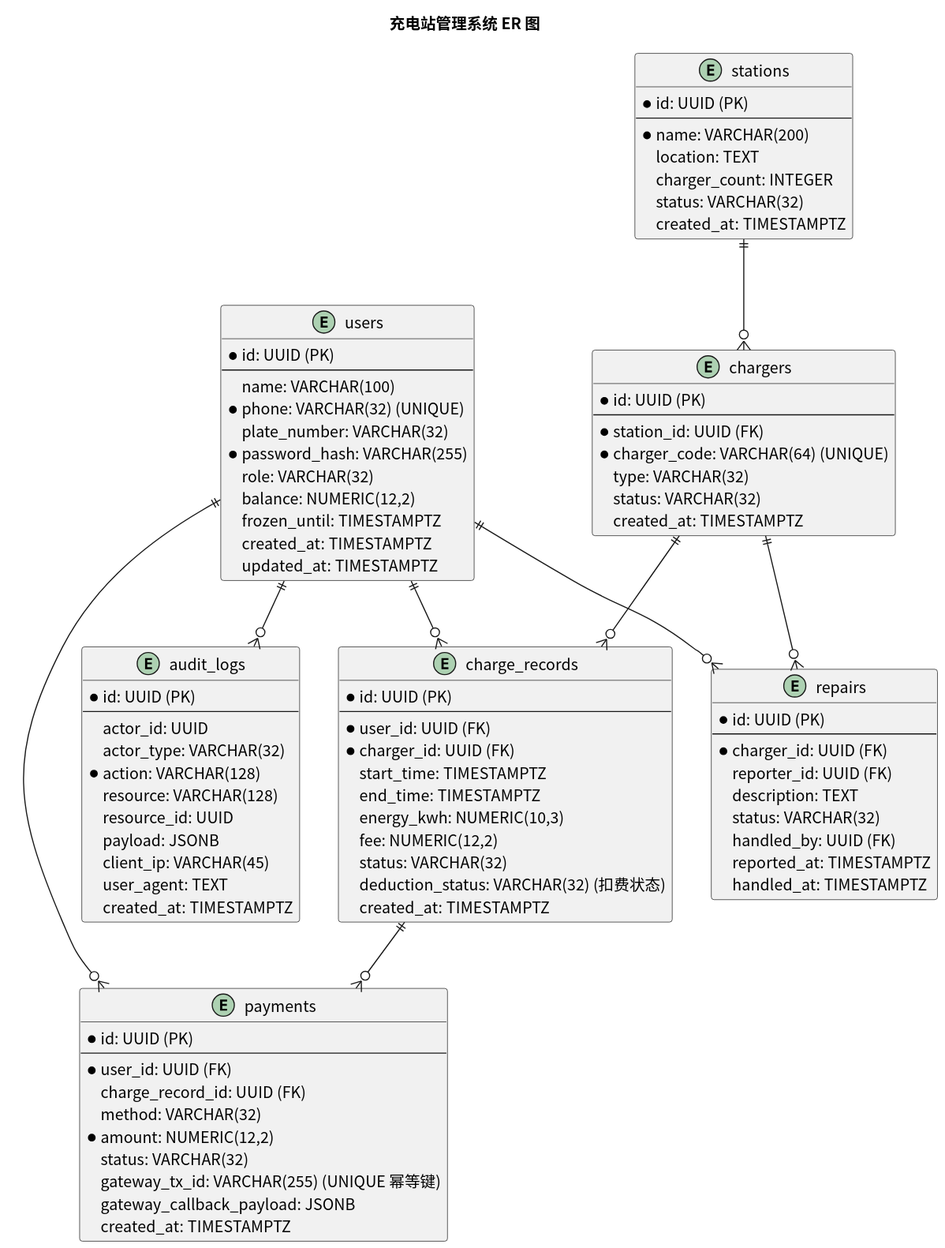
greenhandzdl/charging-station-doc keeps this PlantUML diagram as usecase/docs/database/img/er_diagram.svg. Above is the earlier version.
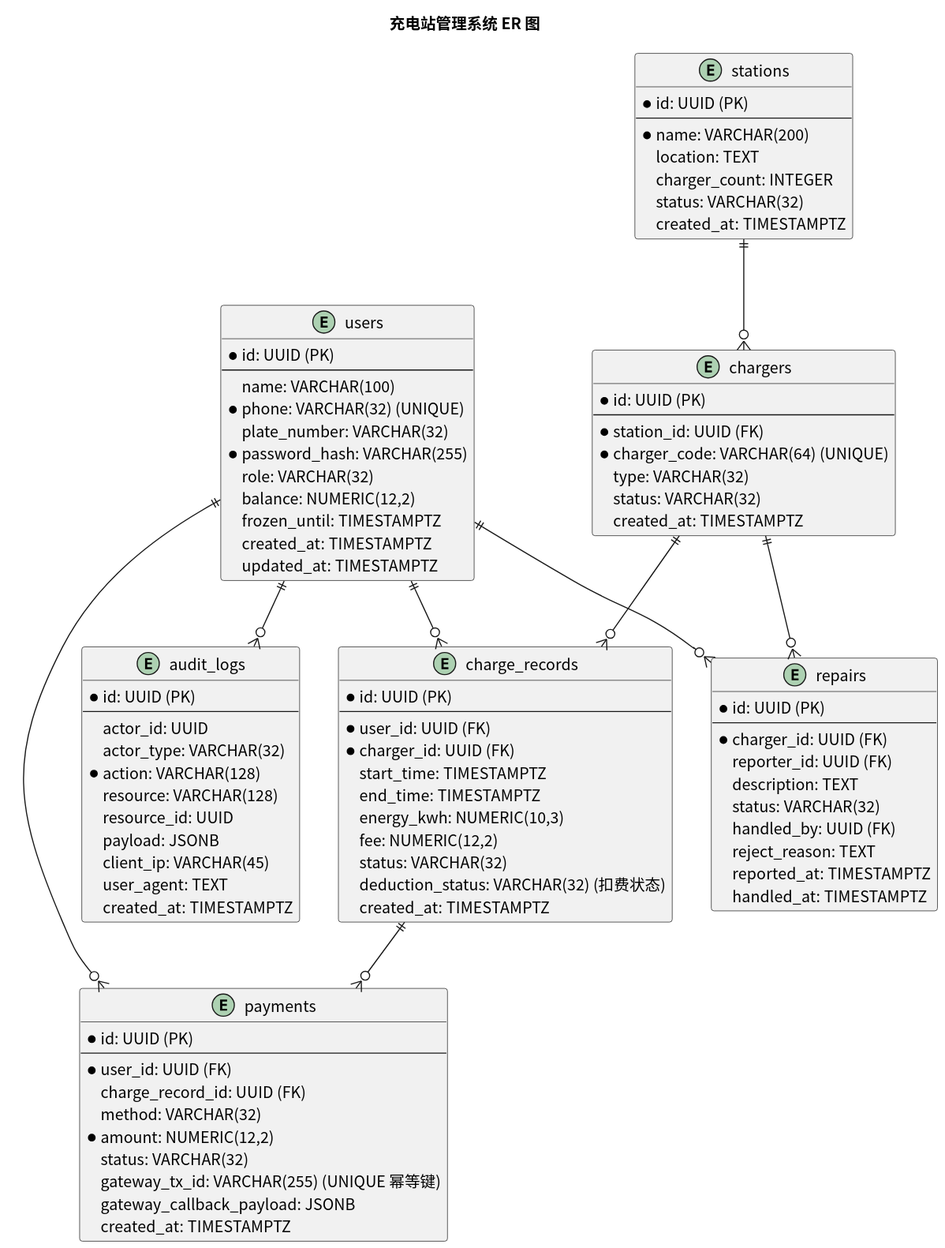
Later version of the same file.

What changed in the source:
```diff
@@ -72,6 +72,7 @@
   description: TEXT
   status: VARCHAR(32)
   handled_by: UUID (FK)
+  reject_reason: TEXT
   reported_at: TIMESTAMPTZ
   handled_at: TIMESTAMPTZ
 }
```
